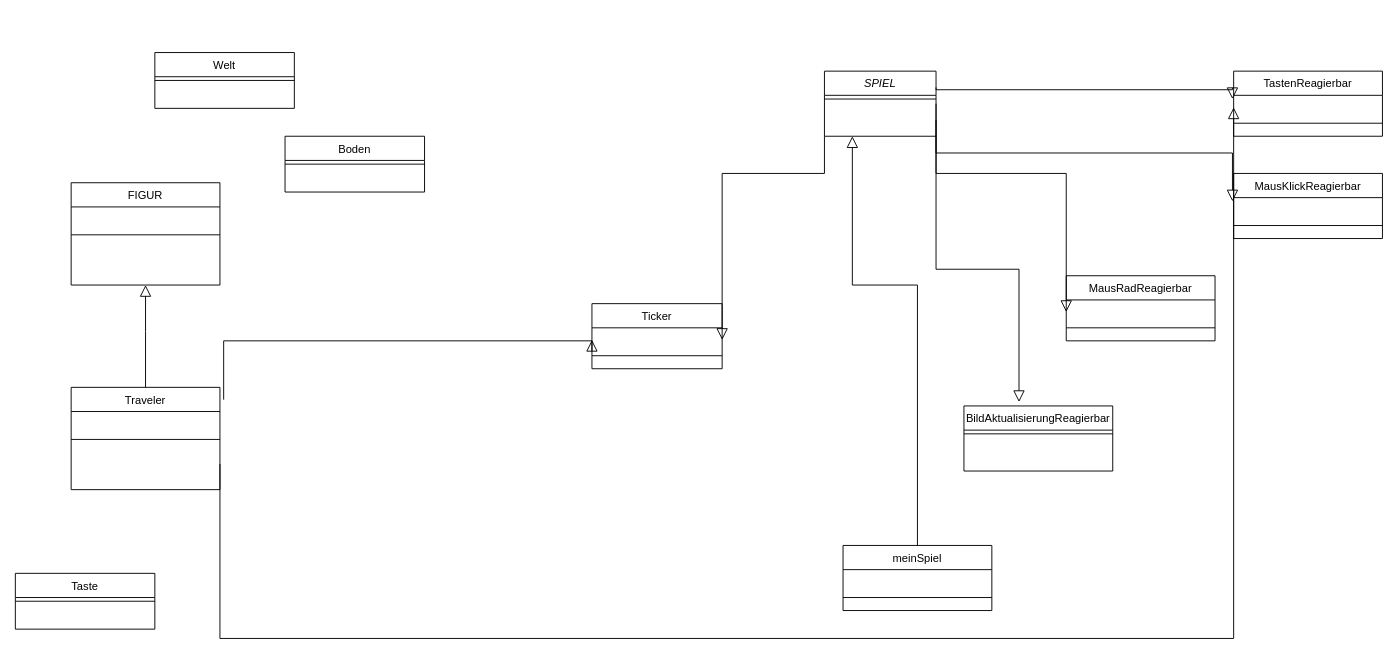
This is Klassendiagramm.drawio from lassewiedemann/Java-Game, a draw.io file, before an edit. Source tidied: cells renumbered, new cells numbered last; positions are measured from the earlier drawing's top-left corner, leaving out a move shared by most shapes. Both pictures are drawn from the tidied source at 93%, with x=0, y=0 at pixel (15, 52).
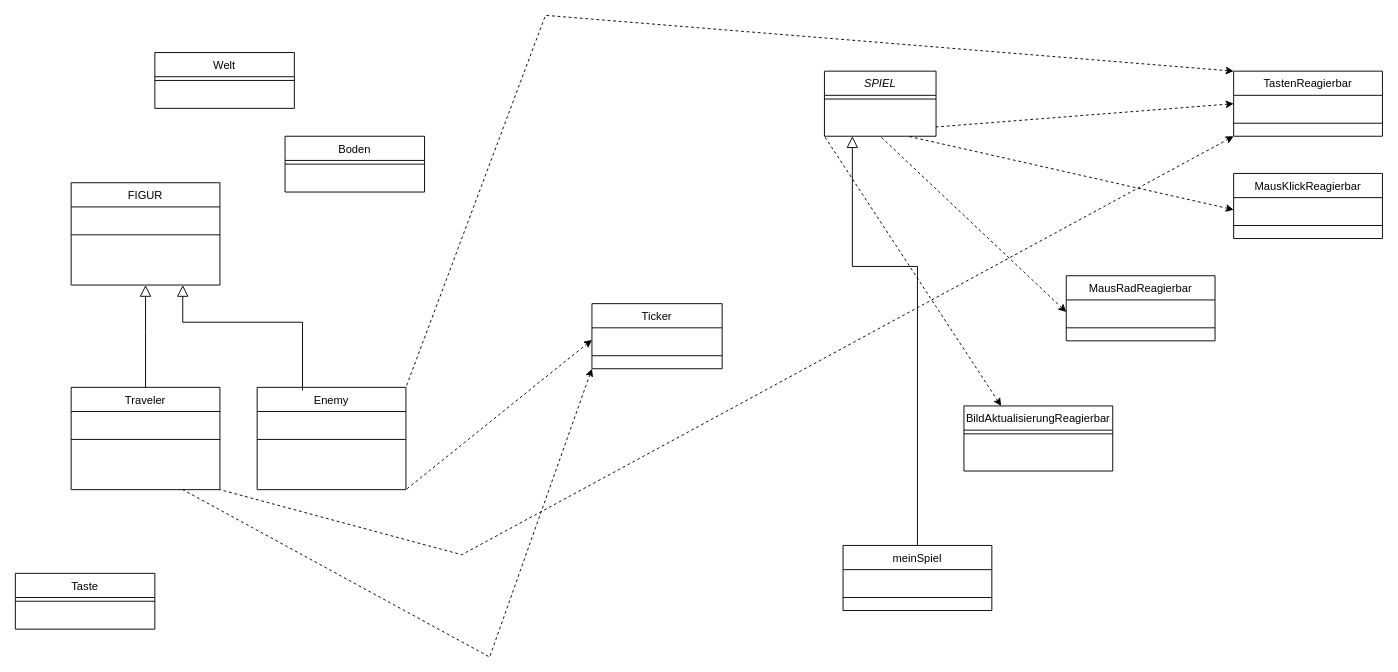
The same page after the edit.

The change refers to these unchanged cells:
```xml
<mxCell id="2" value="SPIEL" style="swimlane;fontStyle=2;align=center;verticalAlign=top;horizontal=1;startSize=26;rounded=0;shadow=0;strokeWidth=1;" parent="1" vertex="1">
  <mxGeometry x="870" y="20" width="120" height="70" as="geometry" />
</mxCell>
<mxCell id="4" value="FIGUR" style="swimlane;fontStyle=0;align=center;verticalAlign=top;horizontal=1;startSize=26;rounded=0;shadow=0;strokeWidth=1;" parent="1" vertex="1">
  <mxGeometry x="60" y="140" width="160" height="110" as="geometry" />
</mxCell>
<mxCell id="10" value="meinSpiel" style="swimlane;fontStyle=0;align=center;verticalAlign=top;horizontal=1;startSize=26;rounded=0;shadow=0;strokeWidth=1;" parent="1" vertex="1">
  <mxGeometry x="890" y="530" width="160" height="70" as="geometry" />
</mxCell>
<mxCell id="15" value="&#10;" style="text;align=left;verticalAlign=top;spacingLeft=4;spacingRight=4;overflow=hidden;points=[[0,0.5],[1,0.5]];portConstraint=eastwest;" parent="14" vertex="1">
  <mxGeometry y="26" width="160" height="26" as="geometry" />
</mxCell>
<mxCell id="17" value="TastenReagierbar" style="swimlane;fontStyle=0;align=center;verticalAlign=top;horizontal=1;startSize=26;rounded=0;shadow=0;strokeWidth=1;" parent="1" vertex="1">
  <mxGeometry x="1310" y="20" width="160" height="70" as="geometry" />
</mxCell>
<mxCell id="18" value="&#10;" style="text;align=left;verticalAlign=top;spacingLeft=4;spacingRight=4;overflow=hidden;points=[[0,0.5],[1,0.5]];portConstraint=eastwest;" parent="17" vertex="1">
  <mxGeometry y="26" width="160" height="26" as="geometry" />
</mxCell>
<mxCell id="20" value="BildAktualisierungReagierbar" style="swimlane;fontStyle=0;align=center;verticalAlign=top;horizontal=1;startSize=26;rounded=0;shadow=0;strokeWidth=1;" parent="1" vertex="1">
  <mxGeometry x="1020" y="380" width="160" height="70" as="geometry" />
</mxCell>
<mxCell id="23" value="&#10;" style="text;align=left;verticalAlign=top;spacingLeft=4;spacingRight=4;overflow=hidden;points=[[0,0.5],[1,0.5]];portConstraint=eastwest;" parent="1" vertex="1">
  <mxGeometry x="1080" y="370" width="160" height="26" as="geometry" />
</mxCell>
<mxCell id="27" value="&#10;" style="text;align=left;verticalAlign=top;spacingLeft=4;spacingRight=4;overflow=hidden;points=[[0,0.5],[1,0.5]];portConstraint=eastwest;" parent="26" vertex="1">
  <mxGeometry y="26" width="160" height="26" as="geometry" />
</mxCell>
<mxCell id="30" value="Ticker" style="swimlane;fontStyle=0;align=center;verticalAlign=top;horizontal=1;startSize=26;rounded=0;shadow=0;strokeWidth=1;" parent="1" vertex="1">
  <mxGeometry x="620" y="270" width="140" height="70" as="geometry" />
</mxCell>
<mxCell id="31" value="&#10;" style="text;align=left;verticalAlign=top;spacingLeft=4;spacingRight=4;overflow=hidden;points=[[0,0.5],[1,0.5]];portConstraint=eastwest;" parent="30" vertex="1">
  <mxGeometry y="26" width="140" height="26" as="geometry" />
</mxCell>
<mxCell id="34" value="Traveler" style="swimlane;fontStyle=0;align=center;verticalAlign=top;horizontal=1;startSize=26;rounded=0;shadow=0;strokeWidth=1;" parent="1" vertex="1">
  <mxGeometry x="60" y="360" width="160" height="110" as="geometry" />
</mxCell>
```

Diff of the diagram source:
```diff
@@
     <mxCell id="13" style="endArrow=block;endSize=10;endFill=0;shadow=0;strokeWidth=1;rounded=0;curved=0;edgeStyle=elbowEdgeStyle;elbow=vertical;exitX=0.5;exitY=0;exitDx=0;exitDy=0;entryX=0.25;entryY=1;entryDx=0;entryDy=0;" parent="1" edge="1" source="10" target="2">
       <mxGeometry relative="1" as="geometry">
         <Array as="points">
+          <mxPoint x="980" y="230" />
           <mxPoint x="960" y="250" />
         </Array>
       </mxGeometry>
     </mxCell>
@@
-    <mxCell id="22" style="endArrow=block;endSize=10;endFill=0;shadow=0;strokeWidth=1;rounded=0;curved=0;edgeStyle=elbowEdgeStyle;elbow=vertical;exitX=1;exitY=1;exitDx=0;exitDy=0;entryX=-0.005;entryY=0.224;entryDx=0;entryDy=0;entryPerimeter=0;" parent="1" edge="1" source="2" target="23">
-      <mxGeometry relative="1" as="geometry" />
-    </mxCell>
@@
-    <mxCell id="24" style="endArrow=block;endSize=10;endFill=0;shadow=0;strokeWidth=1;rounded=0;curved=0;edgeStyle=elbowEdgeStyle;elbow=vertical;exitX=1;exitY=0.75;exitDx=0;exitDy=0;entryX=0;entryY=0.5;entryDx=0;entryDy=0;" parent="1" edge="1" source="2" target="15">
-      <mxGeometry relative="1" as="geometry">
-        <Array as="points">
-          <mxPoint x="1240" y="130" />
-        </Array>
-      </mxGeometry>
-    </mxCell>
-    <mxCell id="25" style="endArrow=block;endSize=10;endFill=0;shadow=0;strokeWidth=1;rounded=0;curved=0;edgeStyle=elbowEdgeStyle;elbow=vertical;exitX=1;exitY=0.25;exitDx=0;exitDy=0;entryX=-0.008;entryY=0.156;entryDx=0;entryDy=0;entryPerimeter=0;" parent="1" edge="1" source="2" target="18">
-      <mxGeometry relative="1" as="geometry">
-        <Array as="points">
-          <mxPoint x="1130" y="40" />
-        </Array>
-      </mxGeometry>
-    </mxCell>
@@
-    <mxCell id="29" style="endArrow=block;endSize=10;endFill=0;shadow=0;strokeWidth=1;rounded=0;curved=0;edgeStyle=elbowEdgeStyle;elbow=vertical;entryX=-0.008;entryY=0.156;entryDx=0;entryDy=0;entryPerimeter=0;exitX=1;exitY=0.5;exitDx=0;exitDy=0;" parent="1" edge="1" source="2" target="27">
-      <mxGeometry relative="1" as="geometry" />
-    </mxCell>
@@
-    <mxCell id="33" style="endArrow=block;endSize=10;endFill=0;shadow=0;strokeWidth=1;rounded=0;curved=0;edgeStyle=elbowEdgeStyle;elbow=vertical;exitX=0;exitY=1;exitDx=0;exitDy=0;entryX=1;entryY=0.5;entryDx=0;entryDy=0;" parent="1" edge="1" source="2" target="31">
-      <mxGeometry relative="1" as="geometry">
-        <Array as="points">
-          <mxPoint x="790" y="130" />
-        </Array>
-      </mxGeometry>
-    </mxCell>
@@
-    <mxCell id="43" style="endArrow=block;endSize=10;endFill=0;shadow=0;strokeWidth=1;rounded=0;curved=0;edgeStyle=elbowEdgeStyle;elbow=vertical;exitX=1.025;exitY=0.12;exitDx=0;exitDy=0;entryX=0;entryY=0.5;entryDx=0;entryDy=0;exitPerimeter=0;" parent="1" edge="1" source="34" target="31">
-      <mxGeometry relative="1" as="geometry">
-        <Array as="points">
-          <mxPoint x="430" y="310" />
-        </Array>
-      </mxGeometry>
-    </mxCell>
-    <mxCell id="44" style="endArrow=block;endSize=10;endFill=0;shadow=0;strokeWidth=1;rounded=0;curved=0;edgeStyle=elbowEdgeStyle;elbow=vertical;exitX=1;exitY=0.75;exitDx=0;exitDy=0;entryX=0;entryY=0.5;entryDx=0;entryDy=0;" parent="1" edge="1" source="34" target="18">
-      <mxGeometry relative="1" as="geometry">
-        <Array as="points">
-          <mxPoint x="760" y="630" />
-        </Array>
-      </mxGeometry>
-    </mxCell>
+    <mxCell id="45" value="Enemy" style="swimlane;fontStyle=0;align=center;verticalAlign=top;horizontal=1;startSize=26;rounded=0;shadow=0;strokeWidth=1;" parent="1" vertex="1">
+      <mxGeometry x="260" y="360" width="160" height="110" as="geometry" />
+    </mxCell>
+    <mxCell id="46" value="&#10;" style="text;align=left;verticalAlign=top;spacingLeft=4;spacingRight=4;overflow=hidden;rounded=0;shadow=0;html=0;" parent="45" vertex="1">
+      <mxGeometry y="26" width="160" height="26" as="geometry" />
+    </mxCell>
+    <mxCell id="47" style="line;html=1;strokeWidth=1;align=left;verticalAlign=middle;spacingTop=-1;spacingLeft=3;spacingRight=3;labelPosition=right;" parent="45" vertex="1">
+      <mxGeometry y="52" width="160" height="8" as="geometry" />
+    </mxCell>
+    <mxCell id="48" value="&#10;" style="text;align=left;verticalAlign=top;spacingLeft=4;spacingRight=4;overflow=hidden;" parent="45" vertex="1">
+      <mxGeometry y="60" width="160" height="26" as="geometry" />
+    </mxCell>
+    <mxCell id="49" style="endArrow=block;endSize=10;endFill=0;shadow=0;strokeWidth=1;rounded=0;curved=0;edgeStyle=elbowEdgeStyle;elbow=vertical;exitX=0.305;exitY=0.031;exitDx=0;exitDy=0;entryX=0.75;entryY=1;entryDx=0;entryDy=0;exitPerimeter=0;" parent="1" edge="1" source="45" target="4">
+      <mxGeometry relative="1" as="geometry">
+        <Array as="points">
+          <mxPoint x="320" y="290" />
+        </Array>
+      </mxGeometry>
+    </mxCell>
+    <mxCell id="50" style="endArrow=none;dashed=1;html=1;rounded=0;strokeColor=default;startArrow=classic;startFill=1;entryX=0;entryY=1;entryDx=0;entryDy=0;exitX=0.25;exitY=0;exitDx=0;exitDy=0;" parent="1" edge="1" source="20" target="2">
+      <mxGeometry relative="1" as="geometry" />
+    </mxCell>
+    <mxCell id="51" style="endArrow=none;dashed=1;html=1;rounded=0;strokeColor=default;startArrow=classic;startFill=1;entryX=0.5;entryY=1;entryDx=0;entryDy=0;exitX=0;exitY=0.5;exitDx=0;exitDy=0;" parent="1" edge="1" source="15" target="2">
+      <mxGeometry relative="1" as="geometry" />
+    </mxCell>
+    <mxCell id="52" style="endArrow=none;dashed=1;html=1;rounded=0;strokeColor=default;startArrow=classic;startFill=1;entryX=0.75;entryY=1;entryDx=0;entryDy=0;exitX=0;exitY=0.5;exitDx=0;exitDy=0;" parent="1" edge="1" source="27" target="2">
+      <mxGeometry relative="1" as="geometry" />
+    </mxCell>
+    <mxCell id="53" style="endArrow=none;dashed=1;html=1;rounded=0;strokeColor=default;startArrow=classic;startFill=1;exitX=0;exitY=0.5;exitDx=0;exitDy=0;" parent="1" edge="1" source="17">
+      <mxGeometry relative="1" as="geometry">
+        <mxPoint x="990" y="80" as="targetPoint" />
+      </mxGeometry>
+    </mxCell>
+    <mxCell id="54" style="endArrow=none;dashed=1;html=1;rounded=0;strokeColor=default;startArrow=classic;startFill=1;entryX=1;entryY=1;entryDx=0;entryDy=0;exitX=0;exitY=1;exitDx=0;exitDy=0;" parent="1" edge="1" source="17" target="34">
+      <mxGeometry relative="1" as="geometry">
+        <Array as="points">
+          <mxPoint x="480" y="540" />
+        </Array>
+      </mxGeometry>
+    </mxCell>
+    <mxCell id="55" style="endArrow=none;dashed=1;html=1;rounded=0;strokeColor=default;startArrow=classic;startFill=1;entryX=0.75;entryY=1;entryDx=0;entryDy=0;exitX=0;exitY=1;exitDx=0;exitDy=0;" parent="1" edge="1" source="30" target="34">
+      <mxGeometry relative="1" as="geometry">
+        <Array as="points">
+          <mxPoint x="510" y="650" />
+        </Array>
+      </mxGeometry>
+    </mxCell>
+    <mxCell id="56" style="endArrow=none;dashed=1;html=1;rounded=0;strokeColor=default;startArrow=classic;startFill=1;entryX=1;entryY=1;entryDx=0;entryDy=0;exitX=0;exitY=0.5;exitDx=0;exitDy=0;" parent="1" edge="1" source="31" target="45">
+      <mxGeometry relative="1" as="geometry" />
+    </mxCell>
+    <mxCell id="57" style="endArrow=none;dashed=1;html=1;rounded=0;strokeColor=default;startArrow=classic;startFill=1;entryX=1;entryY=0;entryDx=0;entryDy=0;exitX=0;exitY=0;exitDx=0;exitDy=0;" parent="1" edge="1" source="17" target="45">
+      <mxGeometry relative="1" as="geometry">
+        <Array as="points">
+          <mxPoint x="570" y="-40" />
+        </Array>
+      </mxGeometry>
+    </mxCell>
```
